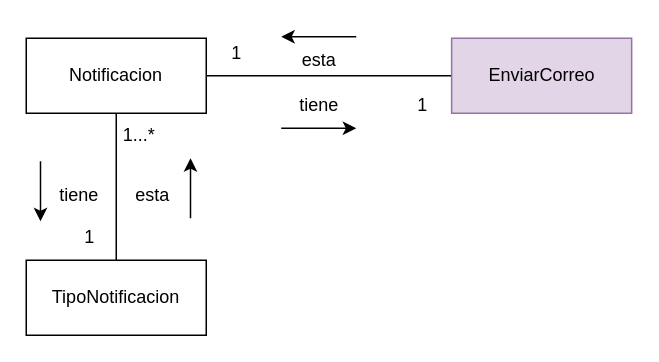
Migue1409-KP/DOO-working-group keeps this draw.io diagram as page "AnemicModelNotifications" (5 of 13) of CoTasker_BoundedContext.drawio. Above is the earlier version. Source tidied: cells renumbered, new cells numbered last; positions are measured from the earlier drawing's top-left corner, leaving out a move shared by most shapes. Both pictures are drawn from the tidied source at 150%, with x=0, y=0 at pixel (26, 30).
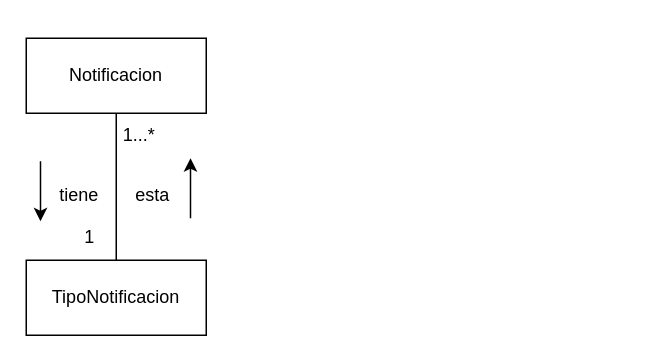
The same page after the edit.

Unchanged cells that the change refers to:
```xml
<mxCell id="3" value="Notificacion" style="rounded=0;whiteSpace=wrap;html=1;fillColor=#FFFFFF;strokeColor=#000000;" parent="1" vertex="1">
  <mxGeometry y="5" width="120" height="50" as="geometry" />
</mxCell>
```

The edit, as a diff of the source:
```diff
@@
-    <mxCell id="11" style="edgeStyle=orthogonalEdgeStyle;rounded=0;jettySize=auto;html=1;exitX=0;exitY=0.5;exitDx=0;exitDy=0;entryX=1;entryY=0.5;entryDx=0;entryDy=0;endArrow=none;endFill=0;" parent="1" edge="1" source="12" target="3">
-      <mxGeometry relative="1" as="geometry" />
-    </mxCell>
-    <mxCell id="12" value="EnviarCorreo" style="rounded=0;whiteSpace=wrap;html=1;fillColor=#e1d5e7;strokeColor=#9673a6;" parent="1" vertex="1">
-      <mxGeometry x="283.6" y="5" width="120" height="50" as="geometry" />
-    </mxCell>
-    <mxCell id="13" value="tiene&lt;br&gt;" style="text;html=1;align=center;verticalAlign=middle;strokeColor=none;fillColor=none;" parent="1" vertex="1">
-      <mxGeometry x="170" y="35" width="50" height="30" as="geometry" />
-    </mxCell>
-    <mxCell id="14" value="esta&lt;br&gt;" style="text;html=1;align=center;verticalAlign=middle;strokeColor=none;fillColor=none;" parent="1" vertex="1">
-      <mxGeometry x="170" y="5" width="50" height="30" as="geometry" />
-    </mxCell>
-    <mxCell id="15" style="endArrow=classic;html=1;rounded=0;" parent="1" edge="1">
-      <mxGeometry relative="1" as="geometry">
-        <mxPoint x="170" y="65" as="sourcePoint" />
-        <mxPoint x="220" y="65" as="targetPoint" />
-      </mxGeometry>
-    </mxCell>
-    <mxCell id="16" style="endArrow=classic;html=1;rounded=0;" parent="1" edge="1">
-      <mxGeometry relative="1" as="geometry">
-        <mxPoint x="220" y="4" as="sourcePoint" />
-        <mxPoint x="170" y="4" as="targetPoint" />
-        <Array as="points">
-          <mxPoint x="210" y="4" />
-        </Array>
-      </mxGeometry>
-    </mxCell>
-    <mxCell id="17" value="1" style="text;html=1;align=center;verticalAlign=middle;strokeColor=none;fillColor=none;" parent="1" vertex="1">
-      <mxGeometry x="248.6" y="35" width="30" height="30" as="geometry" />
-    </mxCell>
-    <mxCell id="18" value="1" style="text;html=1;align=center;verticalAlign=middle;strokeColor=none;fillColor=none;" parent="1" vertex="1">
-      <mxGeometry x="125" width="30" height="30" as="geometry" />
-    </mxCell>
```
